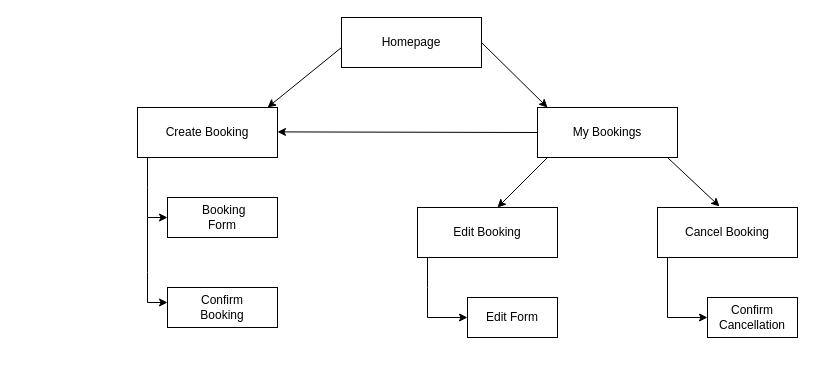
sagesaintsalem/ccfirstproject keeps this draw.io diagram as sitemap.drawio. Above is the earlier version. Source tidied: cells renumbered, new cells numbered last; positions are measured from the earlier drawing's top-left corner, leaving out a move shared by most shapes. Both pictures are drawn from the tidied source at 100%, with x=0, y=0 at pixel (137, 17).
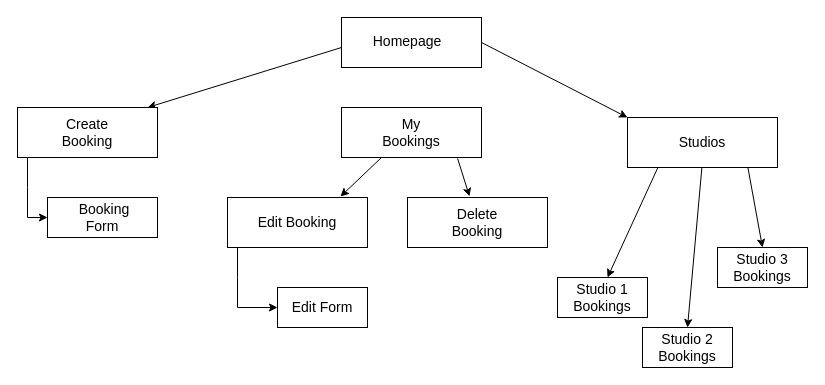
The same page after the edit.

The edit, as a diff of the source:
```diff
@@
-    <mxCell id="2" style="rounded=0;whiteSpace=wrap;html=1;" parent="1" vertex="1">
+    <mxCell id="2" style="rounded=0;whiteSpace=wrap;html=1;fontSize=14;" parent="1" vertex="1">
       <mxGeometry x="204" width="140" height="50" as="geometry" />
     </mxCell>
-    <mxCell id="3" style="rounded=0;whiteSpace=wrap;html=1;" parent="1" vertex="1">
-      <mxGeometry x="280" y="190" width="140" height="50" as="geometry" />
-    </mxCell>
-    <mxCell id="4" value="Homepage" style="text;html=1;strokeColor=none;fillColor=none;align=center;verticalAlign=middle;whiteSpace=wrap;rounded=0;" parent="1" vertex="1">
-      <mxGeometry x="244" y="10" width="60" height="30" as="geometry" />
+    <mxCell id="4" value="Homepage" style="text;html=1;strokeColor=none;fillColor=none;align=center;verticalAlign=middle;whiteSpace=wrap;rounded=0;fontSize=14;" parent="1" vertex="1">
+      <mxGeometry x="244" y="8" width="52" height="32" as="geometry" />
     </mxCell>
-    <mxCell id="5" style="group;" parent="1" vertex="1">
+    <mxCell id="5" style="group;fontSize=14;" parent="1" vertex="1">
       <mxGeometry x="400" y="90" width="140" height="50" as="geometry" />
     </mxCell>
+    <mxCell id="31" style="group;fontSize=14;" parent="5" vertex="1">
+      <mxGeometry x="-196" width="140" height="50" as="geometry" />
+    </mxCell>
-    <mxCell id="6" style="rounded=0;whiteSpace=wrap;html=1;" parent="5" vertex="1">
+    <mxCell id="6" style="rounded=0;whiteSpace=wrap;html=1;fontSize=14;" parent="31" vertex="1">
       <mxGeometry width="140" height="50" as="geometry" />
     </mxCell>
-    <mxCell id="7" value="My Bookings" style="text;html=1;strokeColor=none;fillColor=none;align=center;verticalAlign=middle;whiteSpace=wrap;rounded=0;" parent="5" vertex="1">
+    <mxCell id="7" value="My Bookings" style="text;html=1;strokeColor=none;fillColor=none;align=center;verticalAlign=middle;whiteSpace=wrap;rounded=0;fontSize=14;" parent="31" vertex="1">
       <mxGeometry x="30" y="10" width="80" height="30" as="geometry" />
     </mxCell>
+    <mxCell id="14" style="endArrow=classic;html=1;rounded=0;entryX=0.929;entryY=0;entryDx=0;entryDy=0;entryPerimeter=0;fontSize=14;" parent="1" edge="1" target="9">
+      <mxGeometry relative="1" as="geometry">
+        <mxPoint x="204" y="30" as="sourcePoint" />
+      </mxGeometry>
+    </mxCell>
+    <mxCell id="15" style="endArrow=classic;html=1;rounded=0;exitX=1;exitY=0.5;exitDx=0;exitDy=0;fontSize=14;" parent="1" edge="1" source="2">
+      <mxGeometry relative="1" as="geometry">
+        <mxPoint x="490" y="100" as="targetPoint" />
+      </mxGeometry>
+    </mxCell>
+    <mxCell id="17" style="endArrow=classic;html=1;rounded=0;entryX=0.807;entryY=-0.02;entryDx=0;entryDy=0;entryPerimeter=0;fontSize=14;" parent="1" edge="1" target="3">
+      <mxGeometry relative="1" as="geometry">
+        <mxPoint x="244" y="140" as="sourcePoint" />
+      </mxGeometry>
+    </mxCell>
+    <mxCell id="18" style="endArrow=classic;html=1;rounded=0;entryX=0.443;entryY=-0.022;entryDx=0;entryDy=0;entryPerimeter=0;exitX=0.829;exitY=1.017;exitDx=0;exitDy=0;exitPerimeter=0;fontSize=14;" parent="1" edge="1" source="6" target="11">
+      <mxGeometry relative="1" as="geometry" />
+    </mxCell>
+    <mxCell id="32" style="group;fontSize=14;" parent="1" vertex="1">
+      <mxGeometry x="-120" y="90" width="140" height="130" as="geometry" />
+    </mxCell>
-    <mxCell id="8" style="group;" parent="1" vertex="1">
-      <mxGeometry y="90" width="140" height="50" as="geometry" />
+    <mxCell id="8" style="group;fontSize=14;" parent="32" vertex="1">
+      <mxGeometry width="140" height="50" as="geometry" />
     </mxCell>
+    <mxCell id="33" style="group;fontSize=14;" parent="8" vertex="1">
+      <mxGeometry width="140" height="50" as="geometry" />
+    </mxCell>
-    <mxCell id="9" style="rounded=0;whiteSpace=wrap;html=1;" parent="8" vertex="1">
+    <mxCell id="9" style="rounded=0;whiteSpace=wrap;html=1;fontSize=14;" parent="33" vertex="1">
       <mxGeometry width="140" height="50" as="geometry" />
     </mxCell>
-    <mxCell id="10" value="Create Booking" style="text;html=1;strokeColor=none;fillColor=none;align=center;verticalAlign=middle;whiteSpace=wrap;rounded=0;" parent="8" vertex="1">
+    <mxCell id="10" value="Create Booking" style="text;html=1;strokeColor=none;fillColor=none;align=center;verticalAlign=middle;whiteSpace=wrap;rounded=0;fontSize=14;" parent="33" vertex="1">
       <mxGeometry x="25" y="10" width="90" height="30" as="geometry" />
     </mxCell>
+    <mxCell id="25" style="endArrow=classic;html=1;rounded=0;fontSize=14;" parent="32" edge="1">
+      <mxGeometry relative="1" as="geometry">
+        <mxPoint x="10" y="50" as="sourcePoint" />
+        <mxPoint x="30" y="110" as="targetPoint" />
+        <Array as="points">
+          <mxPoint x="10" y="80" />
+          <mxPoint x="10" y="110" />
+        </Array>
+      </mxGeometry>
+    </mxCell>
+    <mxCell id="34" style="group;fontSize=14;" parent="32" vertex="1">
+      <mxGeometry x="30" y="90" width="110" height="40" as="geometry" />
+    </mxCell>
+    <mxCell id="26" style="rounded=0;whiteSpace=wrap;html=1;fontSize=14;" parent="34" vertex="1">
+      <mxGeometry width="110" height="40" as="geometry" />
+    </mxCell>
+    <mxCell id="28" value="&amp;nbsp;Booking Form" style="text;html=1;strokeColor=none;fillColor=none;align=center;verticalAlign=middle;whiteSpace=wrap;rounded=0;fontSize=14;" parent="34" vertex="1">
+      <mxGeometry x="15" y="5" width="80" height="30" as="geometry" />
+    </mxCell>
+    <mxCell id="35" style="group;fontSize=14;" parent="1" vertex="1">
+      <mxGeometry x="90" y="180" width="140" height="130" as="geometry" />
+    </mxCell>
+    <mxCell id="24" value="Edit Form" style="text;html=1;strokeColor=none;fillColor=none;align=center;verticalAlign=middle;whiteSpace=wrap;rounded=0;fontSize=14;" parent="35" vertex="1">
+      <mxGeometry x="50" y="90" width="90" height="40" as="geometry" />
+    </mxCell>
+    <mxCell id="36" style="group;fontSize=14;" parent="35" vertex="1">
+      <mxGeometry width="140" height="130" as="geometry" />
+    </mxCell>
+    <mxCell id="37" style="group;fontSize=14;" parent="36" vertex="1">
+      <mxGeometry width="140" height="130" as="geometry" />
+    </mxCell>
+    <mxCell id="23" style="rounded=0;whiteSpace=wrap;html=1;fillColor=none;fontSize=14;" parent="37" vertex="1">
+      <mxGeometry x="50" y="90" width="90" height="40" as="geometry" />
+    </mxCell>
+    <mxCell id="3" style="rounded=0;whiteSpace=wrap;html=1;fontSize=14;" parent="37" vertex="1">
+      <mxGeometry width="140" height="50" as="geometry" />
+    </mxCell>
+    <mxCell id="12" value="Edit Booking" style="text;html=1;strokeColor=none;fillColor=none;align=center;verticalAlign=middle;whiteSpace=wrap;rounded=0;fontSize=14;" parent="37" vertex="1">
+      <mxGeometry x="27" y="10" width="86" height="30" as="geometry" />
+    </mxCell>
+    <mxCell id="22" style="endArrow=classic;html=1;rounded=0;fontSize=14;" parent="37" edge="1">
+      <mxGeometry relative="1" as="geometry">
+        <mxPoint x="10" y="50" as="sourcePoint" />
+        <mxPoint x="50" y="110" as="targetPoint" />
+        <Array as="points">
+          <mxPoint x="10" y="80" />
+          <mxPoint x="10" y="110" />
+        </Array>
+      </mxGeometry>
+    </mxCell>
+    <mxCell id="38" style="group;fontSize=14;" parent="1" vertex="1">
+      <mxGeometry x="270" y="180" width="140" height="50" as="geometry" />
+    </mxCell>
-    <mxCell id="11" style="rounded=0;whiteSpace=wrap;html=1;" parent="1" vertex="1">
-      <mxGeometry x="520" y="190" width="140" height="50" as="geometry" />
+    <mxCell id="11" style="rounded=0;whiteSpace=wrap;html=1;fontSize=14;" parent="38" vertex="1">
+      <mxGeometry width="140" height="50" as="geometry" />
     </mxCell>
-    <mxCell id="12" value="Edit Booking" style="text;html=1;strokeColor=none;fillColor=none;align=center;verticalAlign=middle;whiteSpace=wrap;rounded=0;" parent="1" vertex="1">
-      <mxGeometry x="307" y="200" width="86" height="30" as="geometry" />
-    </mxCell>
-    <mxCell id="13" value="Cancel Booking" style="text;html=1;strokeColor=none;fillColor=none;align=center;verticalAlign=middle;whiteSpace=wrap;rounded=0;" parent="1" vertex="1">
-      <mxGeometry x="543" y="200" width="94" height="30" as="geometry" />
+    <mxCell id="13" value="Delete Booking" style="text;html=1;strokeColor=none;fillColor=none;align=center;verticalAlign=middle;whiteSpace=wrap;rounded=0;fontSize=14;" parent="38" vertex="1">
+      <mxGeometry x="23" y="10" width="94" height="30" as="geometry" />
     </mxCell>
-    <mxCell id="14" style="endArrow=classic;html=1;rounded=0;entryX=0.929;entryY=0;entryDx=0;entryDy=0;entryPerimeter=0;" parent="1" edge="1" target="9">
-      <mxGeometry relative="1" as="geometry">
-        <mxPoint x="204" y="30" as="sourcePoint" />
-      </mxGeometry>
-    </mxCell>
-    <mxCell id="15" style="endArrow=classic;html=1;rounded=0;exitX=1;exitY=0.5;exitDx=0;exitDy=0;" parent="1" edge="1" source="2">
-      <mxGeometry relative="1" as="geometry">
-        <mxPoint x="410" y="90" as="targetPoint" />
-      </mxGeometry>
-    </mxCell>
-    <mxCell id="16" style="endArrow=classic;html=1;rounded=0;exitX=0;exitY=0.5;exitDx=0;exitDy=0;" parent="1" edge="1" source="6">
-      <mxGeometry relative="1" as="geometry">
-        <mxPoint x="140" y="114.4" as="targetPoint" />
-      </mxGeometry>
-    </mxCell>
-    <mxCell id="17" style="endArrow=classic;html=1;rounded=0;" parent="1" edge="1">
-      <mxGeometry relative="1" as="geometry">
-        <mxPoint x="410" y="140" as="sourcePoint" />
-        <mxPoint x="360" y="190" as="targetPoint" />
-      </mxGeometry>
-    </mxCell>
-    <mxCell id="18" style="endArrow=classic;html=1;rounded=0;entryX=0.443;entryY=-0.022;entryDx=0;entryDy=0;entryPerimeter=0;" parent="1" edge="1" target="11">
-      <mxGeometry relative="1" as="geometry">
-        <mxPoint x="530" y="140" as="sourcePoint" />
-      </mxGeometry>
-    </mxCell>
-    <mxCell id="19" style="endArrow=classic;html=1;rounded=0;" parent="1" edge="1">
-      <mxGeometry relative="1" as="geometry">
-        <mxPoint x="530" y="240" as="sourcePoint" />
-        <mxPoint x="570" y="300" as="targetPoint" />
-        <Array as="points">
-          <mxPoint x="530" y="300" />
-        </Array>
-      </mxGeometry>
-    </mxCell>
-    <mxCell id="20" style="rounded=0;whiteSpace=wrap;html=1;" parent="1" vertex="1">
-      <mxGeometry x="570" y="280" width="90" height="40" as="geometry" />
-    </mxCell>
-    <mxCell id="21" value="Confirm Cancellation" style="text;html=1;strokeColor=none;fillColor=none;align=center;verticalAlign=middle;whiteSpace=wrap;rounded=0;" parent="1" vertex="1">
-      <mxGeometry x="570" y="285" width="90" height="30" as="geometry" />
-    </mxCell>
-    <mxCell id="22" style="endArrow=classic;html=1;rounded=0;" parent="1" edge="1">
-      <mxGeometry relative="1" as="geometry">
-        <mxPoint x="290" y="240" as="sourcePoint" />
-        <mxPoint x="330" y="300" as="targetPoint" />
-        <Array as="points">
-          <mxPoint x="290" y="270" />
-          <mxPoint x="290" y="300" />
-        </Array>
-      </mxGeometry>
-    </mxCell>
-    <mxCell id="23" style="rounded=0;whiteSpace=wrap;html=1;" parent="1" vertex="1">
-      <mxGeometry x="330" y="280" width="90" height="40" as="geometry" />
-    </mxCell>
-    <mxCell id="24" value="Edit Form" style="text;html=1;strokeColor=none;fillColor=none;align=center;verticalAlign=middle;whiteSpace=wrap;rounded=0;" parent="1" vertex="1">
-      <mxGeometry x="330" y="280" width="90" height="40" as="geometry" />
-    </mxCell>
-    <mxCell id="25" style="endArrow=classic;html=1;rounded=0;" parent="1" edge="1">
-      <mxGeometry relative="1" as="geometry">
-        <mxPoint x="10" y="140" as="sourcePoint" />
-        <mxPoint x="30" y="200" as="targetPoint" />
-        <Array as="points">
-          <mxPoint x="10" y="170" />
-          <mxPoint x="10" y="200" />
-        </Array>
-      </mxGeometry>
-    </mxCell>
-    <mxCell id="26" style="rounded=0;whiteSpace=wrap;html=1;" parent="1" vertex="1">
-      <mxGeometry x="30" y="180" width="110" height="40" as="geometry" />
-    </mxCell>
-    <mxCell id="27" style="rounded=0;whiteSpace=wrap;html=1;" parent="1" vertex="1">
-      <mxGeometry x="30" y="270" width="110" height="40" as="geometry" />
-    </mxCell>
-    <mxCell id="28" value="&amp;nbsp;Booking Form" style="text;html=1;strokeColor=none;fillColor=none;align=center;verticalAlign=middle;whiteSpace=wrap;rounded=0;" parent="1" vertex="1">
-      <mxGeometry x="45" y="185" width="80" height="30" as="geometry" />
-    </mxCell>
-    <mxCell id="29" style="endArrow=classic;html=1;rounded=0;" parent="1" edge="1">
-      <mxGeometry relative="1" as="geometry">
-        <mxPoint x="10" y="200" as="sourcePoint" />
-        <mxPoint x="30" y="285" as="targetPoint" />
-        <Array as="points">
-          <mxPoint x="10" y="255" />
-          <mxPoint x="10" y="285" />
-        </Array>
-      </mxGeometry>
-    </mxCell>
-    <mxCell id="30" value="Confirm Booking" style="text;html=1;strokeColor=none;fillColor=none;align=center;verticalAlign=middle;whiteSpace=wrap;rounded=0;" parent="1" vertex="1">
-      <mxGeometry x="45" y="275" width="80" height="30" as="geometry" />
-    </mxCell>
+    <mxCell id="39" style="rounded=0;whiteSpace=wrap;html=1;fillColor=none;fontSize=14;" parent="1" vertex="1">
+      <mxGeometry x="490" y="100" width="150" height="50" as="geometry" />
+    </mxCell>
+    <mxCell id="40" value="Studios" style="text;html=1;strokeColor=none;fillColor=none;align=center;verticalAlign=middle;whiteSpace=wrap;rounded=0;fontSize=14;" parent="1" vertex="1">
+      <mxGeometry x="535" y="110" width="60" height="30" as="geometry" />
+    </mxCell>
+    <mxCell id="41" style="endArrow=classic;html=1;rounded=0;entryX=0.5;entryY=0;entryDx=0;entryDy=0;fontSize=14;" parent="1" edge="1" target="45">
+      <mxGeometry relative="1" as="geometry">
+        <mxPoint x="564.4" y="150" as="sourcePoint" />
+      </mxGeometry>
+    </mxCell>
+    <mxCell id="42" style="endArrow=classic;html=1;rounded=0;fontSize=14;" parent="1" edge="1">
+      <mxGeometry relative="1" as="geometry">
+        <mxPoint x="520.4" y="150" as="sourcePoint" />
+        <mxPoint x="470" y="260" as="targetPoint" />
+      </mxGeometry>
+    </mxCell>
+    <mxCell id="43" style="endArrow=classic;html=1;rounded=0;entryX=0.5;entryY=0;entryDx=0;entryDy=0;fontSize=14;" parent="1" edge="1" target="46">
+      <mxGeometry relative="1" as="geometry">
+        <mxPoint x="610.4" y="150" as="sourcePoint" />
+      </mxGeometry>
+    </mxCell>
+    <mxCell id="44" style="rounded=0;whiteSpace=wrap;html=1;fillColor=none;fontSize=14;" parent="1" vertex="1">
+      <mxGeometry x="420" y="260" width="90" height="40" as="geometry" />
+    </mxCell>
+    <mxCell id="45" style="rounded=0;whiteSpace=wrap;html=1;fillColor=none;fontSize=14;" parent="1" vertex="1">
+      <mxGeometry x="505" y="310" width="90" height="40" as="geometry" />
+    </mxCell>
+    <mxCell id="46" style="rounded=0;whiteSpace=wrap;html=1;fillColor=none;fontSize=14;" parent="1" vertex="1">
+      <mxGeometry x="580" y="230" width="90" height="40" as="geometry" />
+    </mxCell>
+    <mxCell id="47" value="Studio 1 Bookings" style="text;html=1;strokeColor=none;fillColor=none;align=center;verticalAlign=middle;whiteSpace=wrap;rounded=0;fontSize=14;" parent="1" vertex="1">
+      <mxGeometry x="430" y="260" width="70" height="40" as="geometry" />
+    </mxCell>
+    <mxCell id="48" value="Studio 2 Bookings" style="text;html=1;strokeColor=none;fillColor=none;align=center;verticalAlign=middle;whiteSpace=wrap;rounded=0;fontSize=14;" parent="1" vertex="1">
+      <mxGeometry x="515" y="310" width="70" height="40" as="geometry" />
+    </mxCell>
+    <mxCell id="49" value="Studio 3 Bookings" style="text;html=1;strokeColor=none;fillColor=none;align=center;verticalAlign=middle;whiteSpace=wrap;rounded=0;fontSize=14;" parent="1" vertex="1">
+      <mxGeometry x="590" y="230" width="70" height="40" as="geometry" />
+    </mxCell>
```
